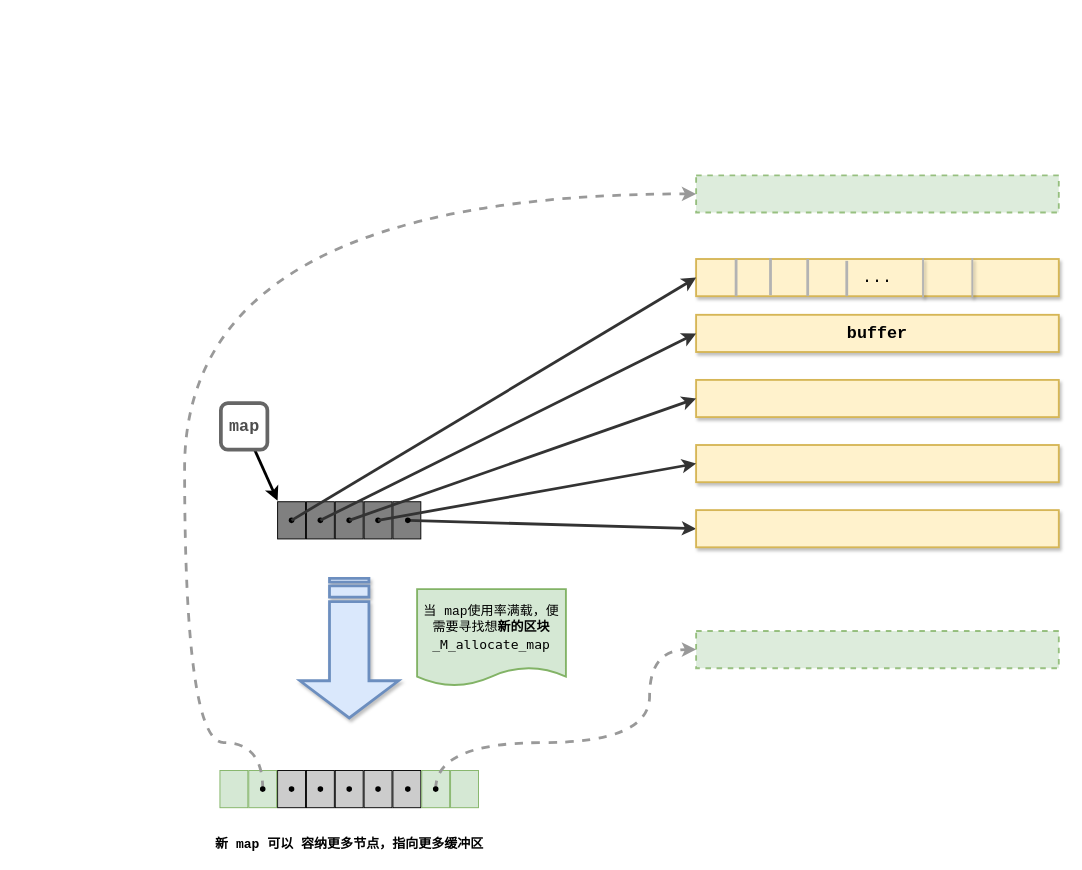
JoyChenNo1/JoyChenNo1.github.io keeps this draw.io diagram as BlogImages/STL/deque-map-node-buffer.drawio. Above is the earlier version. Source tidied: cells renumbered, new cells numbered last; positions are measured from the earlier drawing's top-left corner, leaving out a move shared by most shapes. Both pictures are drawn from the tidied source at 93%, with x=0, y=0 at pixel (184, 175).
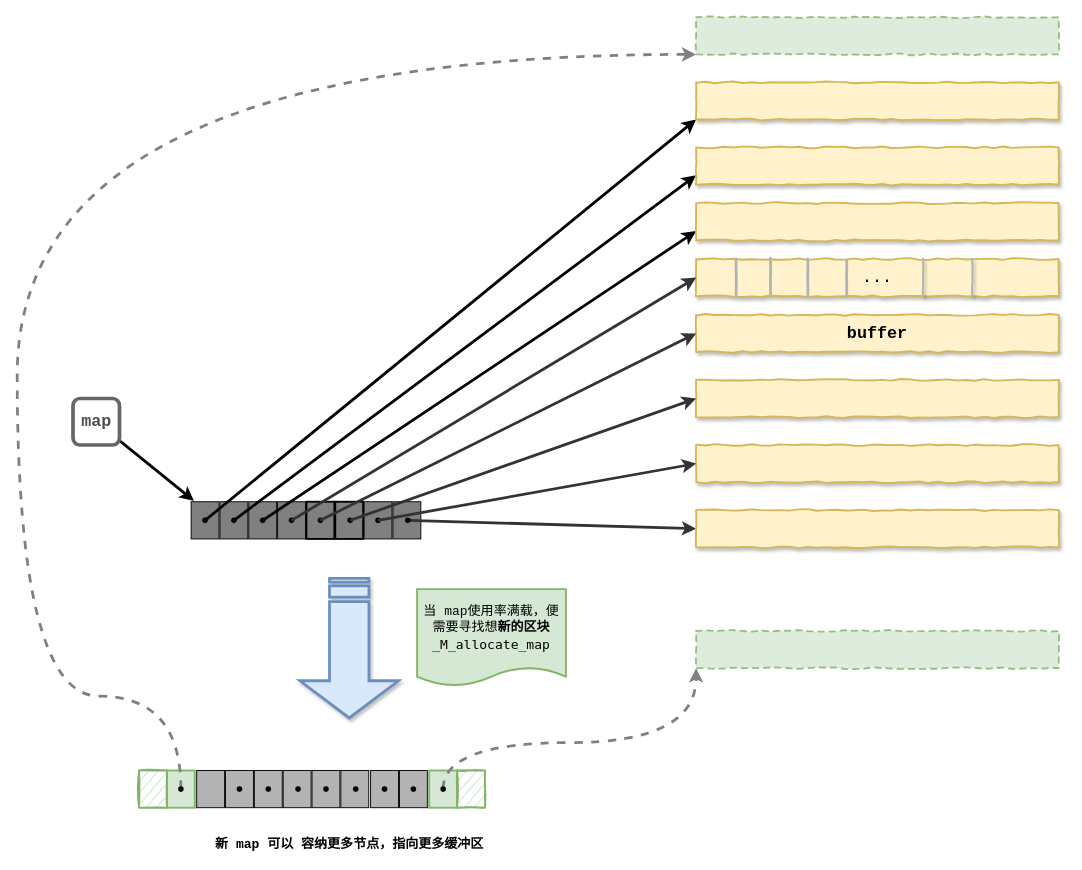
The same page after the edit.

Unchanged cells that the change refers to:
```xml
<mxCell id="5" style="shape=waypoint;sketch=0;fillStyle=solid;size=6;points=[];perimeter=centerPerimeter;snapToPoint=1;rounded=1;comic=0;gradientDirection=north;fillColor=#808080;" parent="1" vertex="1">
  <mxGeometry x="126" y="351" width="40" height="40" as="geometry" />
</mxCell>
```

Change to the diagram source:
```diff
@@
-    <mxCell id="4" style="rounded=0;whiteSpace=wrap;html=1;comic=0;gradientDirection=north;fillColor=#808080;" parent="1" vertex="1">
+    <mxCell id="4" style="rounded=0;whiteSpace=wrap;html=1;comic=0;gradientDirection=north;fillColor=#808080;strokeWidth=2;" parent="1" vertex="1">
       <mxGeometry x="131" y="351" width="30" height="40" as="geometry" />
     </mxCell>
@@
-    <mxCell id="6" style="rounded=0;whiteSpace=wrap;html=1;comic=0;gradientDirection=north;fillColor=#808080;" parent="1" vertex="1">
+    <mxCell id="6" style="rounded=0;whiteSpace=wrap;html=1;comic=0;gradientDirection=north;fillColor=#808080;strokeWidth=2;" parent="1" vertex="1">
       <mxGeometry x="162" y="351" width="30" height="40" as="geometry" />
     </mxCell>
     <mxCell id="7" style="shape=waypoint;sketch=0;fillStyle=solid;size=6;points=[];perimeter=centerPerimeter;snapToPoint=1;rounded=1;comic=0;gradientDirection=north;fillColor=#808080;" parent="1" vertex="1">
-      <mxGeometry x="157" y="351" width="40" height="40" as="geometry" />
+      <mxGeometry x="158" y="351" width="40" height="40" as="geometry" />
     </mxCell>
@@
-    <mxCell id="13" value="&lt;b&gt;&lt;font face=&quot;Courier New&quot; style=&quot;font-size: 18px&quot;&gt;buffer&lt;/font&gt;&lt;/b&gt;" style="rounded=0;whiteSpace=wrap;html=1;comic=0;strokeWidth=2;fillColor=#fff2cc;strokeColor=#d6b656;shadow=1;" parent="1" vertex="1">
+    <mxCell id="13" value="&lt;b&gt;&lt;font face=&quot;Courier New&quot; style=&quot;font-size: 18px&quot;&gt;buffer&lt;/font&gt;&lt;/b&gt;" style="rounded=0;whiteSpace=wrap;html=1;comic=1;strokeWidth=2;fillColor=#fff2cc;strokeColor=#d6b656;shadow=1;jiggle=2;" parent="1" vertex="1">
       <mxGeometry x="550" y="150" width="390" height="40" as="geometry" />
     </mxCell>
-    <mxCell id="14" style="rounded=0;whiteSpace=wrap;html=1;comic=0;strokeWidth=2;fillColor=#fff2cc;strokeColor=#d6b656;shadow=1;" parent="1" vertex="1">
+    <mxCell id="14" style="rounded=0;whiteSpace=wrap;html=1;comic=1;strokeWidth=2;fillColor=#fff2cc;strokeColor=#d6b656;shadow=1;jiggle=2;" parent="1" vertex="1">
       <mxGeometry x="550" y="290" width="390" height="40" as="geometry" />
     </mxCell>
-    <mxCell id="15" style="rounded=0;whiteSpace=wrap;html=1;comic=0;strokeWidth=2;fillColor=#fff2cc;strokeColor=#d6b656;shadow=1;" parent="1" vertex="1">
+    <mxCell id="15" style="rounded=0;whiteSpace=wrap;html=1;comic=1;strokeWidth=2;fillColor=#fff2cc;strokeColor=#d6b656;shadow=1;jiggle=2;" parent="1" vertex="1">
       <mxGeometry x="550" y="220" width="390" height="40" as="geometry" />
     </mxCell>
-    <mxCell id="16" value="&lt;font face=&quot;Courier New&quot; style=&quot;font-size: 18px&quot;&gt;...&lt;/font&gt;" style="rounded=0;whiteSpace=wrap;html=1;comic=0;strokeWidth=2;fillColor=#fff2cc;strokeColor=#d6b656;shadow=1;" parent="1" vertex="1">
+    <mxCell id="16" value="&lt;font face=&quot;Courier New&quot; style=&quot;font-size: 18px&quot;&gt;...&lt;/font&gt;" style="rounded=0;whiteSpace=wrap;html=1;comic=1;strokeWidth=2;fillColor=#fff2cc;strokeColor=#d6b656;shadow=1;jiggle=2;" parent="1" vertex="1">
       <mxGeometry x="550" y="90" width="390" height="40" as="geometry" />
     </mxCell>
-    <mxCell id="17" style="rounded=0;whiteSpace=wrap;html=1;comic=0;strokeWidth=2;fillColor=#fff2cc;strokeColor=#d6b656;shadow=1;" parent="1" vertex="1">
+    <mxCell id="17" style="rounded=0;whiteSpace=wrap;html=1;comic=1;strokeWidth=2;fillColor=#fff2cc;strokeColor=#d6b656;shadow=1;jiggle=2;" parent="1" vertex="1">
       <mxGeometry x="550" y="360" width="390" height="40" as="geometry" />
     </mxCell>
@@
-    <mxCell id="20" style="edgeStyle=none;rounded=0;jettySize=auto;html=1;entryX=0;entryY=0.5;entryDx=0;entryDy=0;strokeColor=#333333;strokeWidth=3;" parent="1" edge="1" source="5">
-      <mxGeometry relative="1" as="geometry">
-        <mxPoint x="550" y="170" as="targetPoint" />
-      </mxGeometry>
-    </mxCell>
@@
-    <mxCell id="22" style="endArrow=none;html=1;strokeWidth=3;strokeColor=#B3B3B3;" parent="1" edge="1">
+    <mxCell id="22" style="endArrow=none;html=1;strokeWidth=3;strokeColor=#B3B3B3;comic=1;jiggle=2;" parent="1" edge="1">
       <mxGeometry relative="1" as="geometry">
         <mxPoint x="593" y="130" as="sourcePoint" />
         <mxPoint x="593" y="90" as="targetPoint" />
       </mxGeometry>
     </mxCell>
-    <mxCell id="23" style="endArrow=none;html=1;strokeWidth=3;strokeColor=#B3B3B3;" parent="1" edge="1">
+    <mxCell id="23" style="endArrow=none;html=1;strokeWidth=3;strokeColor=#B3B3B3;comic=1;jiggle=2;" parent="1" edge="1">
       <mxGeometry relative="1" as="geometry">
         <mxPoint x="630" y="129" as="sourcePoint" />
         <mxPoint x="630" y="89" as="targetPoint" />
       </mxGeometry>
     </mxCell>
-    <mxCell id="24" style="endArrow=none;html=1;strokeWidth=3;strokeColor=#B3B3B3;" parent="1" edge="1">
+    <mxCell id="24" style="endArrow=none;html=1;strokeWidth=3;strokeColor=#B3B3B3;comic=1;jiggle=2;" parent="1" edge="1">
       <mxGeometry relative="1" as="geometry">
         <mxPoint x="670" y="130" as="sourcePoint" />
         <mxPoint x="670" y="90" as="targetPoint" />
       </mxGeometry>
     </mxCell>
-    <mxCell id="25" style="endArrow=none;html=1;strokeWidth=3;strokeColor=#B3B3B3;" parent="1" edge="1">
+    <mxCell id="25" style="endArrow=none;html=1;strokeWidth=3;strokeColor=#B3B3B3;comic=1;jiggle=2;" parent="1" edge="1">
       <mxGeometry relative="1" as="geometry">
         <mxPoint x="712" y="130" as="sourcePoint" />
         <mxPoint x="712" y="92" as="targetPoint" />
       </mxGeometry>
     </mxCell>
     <mxCell id="26" style="rounded=0;jettySize=auto;html=1;strokeWidth=3;" parent="1" edge="1" source="27">
       <mxGeometry relative="1" as="geometry">
-        <mxPoint x="100" y="350" as="targetPoint" />
+        <mxPoint x="10" y="350" as="targetPoint" />
       </mxGeometry>
     </mxCell>
     <mxCell id="27" value="&lt;font face=&quot;Courier New&quot; style=&quot;font-size: 18px&quot;&gt;&lt;b&gt;&lt;font color=&quot;#4d4d4d&quot;&gt;&lt;br&gt;map&lt;br&gt;&lt;/font&gt;&lt;br&gt;&lt;/b&gt;&lt;/font&gt;" style="text;html=1;align=center;verticalAlign=middle;points=[];rounded=1;strokeColor=#666666;strokeWidth=4;" parent="1" vertex="1">
-      <mxGeometry x="39" y="245" width="50" height="50" as="geometry" />
+      <mxGeometry x="-120" y="240" width="50" height="50" as="geometry" />
     </mxCell>
@@
-    <mxCell id="29" style="shape=partialRectangle;whiteSpace=wrap;html=1;top=0;bottom=0;fillColor=none;rounded=1;shadow=1;comic=0;strokeWidth=2;strokeColor=#B3B3B3;" parent="1" vertex="1">
+    <mxCell id="29" style="shape=partialRectangle;whiteSpace=wrap;html=1;top=0;bottom=0;fillColor=none;rounded=1;shadow=1;comic=1;strokeWidth=2;strokeColor=#B3B3B3;jiggle=2;" parent="1" vertex="1">
       <mxGeometry x="794" y="90" width="53" height="40" as="geometry" />
     </mxCell>
@@
-    <mxCell id="31" style="rounded=0;whiteSpace=wrap;html=1;comic=0;gradientDirection=north;fillColor=#CCCCCC;" parent="1" vertex="1">
-      <mxGeometry x="100" y="640" width="30" height="40" as="geometry" />
+    <mxCell id="31" style="rounded=0;whiteSpace=wrap;html=1;comic=0;gradientDirection=north;fillColor=#B3B3B3;" parent="1" vertex="1">
+      <mxGeometry x="44" y="640" width="30" height="40" as="geometry" />
     </mxCell>
-    <mxCell id="32" style="shape=waypoint;sketch=0;fillStyle=solid;size=6;perimeter=centerPerimeter;rounded=1;comic=0;fillColor=#B3B3B3;gradientDirection=north;" parent="1" vertex="1">
-      <mxGeometry x="95" y="640" width="40" height="40" as="geometry" />
+    <mxCell id="32" style="shape=waypoint;sketch=0;fillStyle=solid;size=6;perimeter=centerPerimeter;rounded=1;comic=0;gradientDirection=north;fillColor=#B3B3B3;" parent="1" vertex="1">
+      <mxGeometry x="39" y="640" width="40" height="40" as="geometry" />
     </mxCell>
-    <mxCell id="33" style="rounded=0;whiteSpace=wrap;html=1;comic=0;gradientDirection=north;fillColor=#CCCCCC;" parent="1" vertex="1">
-      <mxGeometry x="131" y="640" width="30" height="40" as="geometry" />
+    <mxCell id="33" style="rounded=0;whiteSpace=wrap;html=1;comic=0;gradientDirection=north;fillColor=#B3B3B3;" parent="1" vertex="1">
+      <mxGeometry x="75" y="640" width="30" height="40" as="geometry" />
     </mxCell>
-    <mxCell id="34" style="shape=waypoint;sketch=0;fillStyle=solid;size=6;perimeter=centerPerimeter;rounded=1;comic=0;gradientDirection=north;fillColor=#CCCCCC;" parent="1" vertex="1">
-      <mxGeometry x="126" y="640" width="40" height="40" as="geometry" />
+    <mxCell id="34" style="shape=waypoint;sketch=0;fillStyle=solid;size=6;perimeter=centerPerimeter;rounded=1;comic=0;gradientDirection=north;fillColor=#B3B3B3;" parent="1" vertex="1">
+      <mxGeometry x="70" y="640" width="40" height="40" as="geometry" />
     </mxCell>
-    <mxCell id="35" style="rounded=0;whiteSpace=wrap;html=1;comic=0;gradientDirection=north;fillColor=#CCCCCC;" parent="1" vertex="1">
-      <mxGeometry x="162" y="640" width="30" height="40" as="geometry" />
+    <mxCell id="35" style="rounded=0;whiteSpace=wrap;html=1;comic=0;gradientDirection=north;fillColor=#B3B3B3;" parent="1" vertex="1">
+      <mxGeometry x="106" y="640" width="30" height="40" as="geometry" />
     </mxCell>
-    <mxCell id="36" style="shape=waypoint;sketch=0;fillStyle=solid;size=6;perimeter=centerPerimeter;rounded=1;comic=0;gradientDirection=north;fillColor=#CCCCCC;" parent="1" vertex="1">
-      <mxGeometry x="157" y="640" width="40" height="40" as="geometry" />
+    <mxCell id="36" style="shape=waypoint;sketch=0;fillStyle=solid;size=6;perimeter=centerPerimeter;rounded=1;comic=0;gradientDirection=north;fillColor=#B3B3B3;" parent="1" vertex="1">
+      <mxGeometry x="128" y="650" width="40" height="40" as="geometry" />
     </mxCell>
-    <mxCell id="37" style="rounded=0;whiteSpace=wrap;html=1;comic=0;gradientDirection=north;fillColor=#CCCCCC;" parent="1" vertex="1">
-      <mxGeometry x="193" y="640" width="30" height="40" as="geometry" />
+    <mxCell id="37" style="rounded=0;whiteSpace=wrap;html=1;comic=0;gradientDirection=north;fillColor=#B3B3B3;" parent="1" vertex="1">
+      <mxGeometry x="137" y="640" width="30" height="40" as="geometry" />
     </mxCell>
-    <mxCell id="38" style="shape=waypoint;sketch=0;fillStyle=solid;size=6;perimeter=centerPerimeter;rounded=1;comic=0;gradientDirection=north;fillColor=#CCCCCC;" parent="1" vertex="1">
-      <mxGeometry x="188" y="640" width="40" height="40" as="geometry" />
+    <mxCell id="38" style="shape=waypoint;sketch=0;fillStyle=solid;size=6;perimeter=centerPerimeter;rounded=1;comic=0;gradientDirection=north;fillColor=#B3B3B3;" parent="1" vertex="1">
+      <mxGeometry x="132" y="640" width="40" height="40" as="geometry" />
     </mxCell>
-    <mxCell id="39" style="rounded=0;whiteSpace=wrap;html=1;comic=0;gradientDirection=north;fillColor=#CCCCCC;" parent="1" vertex="1">
-      <mxGeometry x="224" y="640" width="30" height="40" as="geometry" />
+    <mxCell id="39" style="rounded=0;whiteSpace=wrap;html=1;comic=0;gradientDirection=north;fillColor=#B3B3B3;" parent="1" vertex="1">
+      <mxGeometry x="168" y="640" width="30" height="40" as="geometry" />
     </mxCell>
-    <mxCell id="40" style="rounded=0;whiteSpace=wrap;html=1;comic=0;gradientDirection=north;fillColor=#d5e8d4;strokeColor=#82b366;" parent="1" vertex="1">
-      <mxGeometry x="255" y="640" width="30" height="40" as="geometry" />
+    <mxCell id="40" style="rounded=0;whiteSpace=wrap;html=1;comic=0;gradientDirection=north;fillColor=#B3B3B3;" parent="1" vertex="1">
+      <mxGeometry x="200" y="640" width="30" height="40" as="geometry" />
     </mxCell>
-    <mxCell id="41" style="rounded=0;whiteSpace=wrap;html=1;comic=0;gradientDirection=north;fillColor=#d5e8d4;strokeColor=#82b366;" parent="1" vertex="1">
-      <mxGeometry x="286" y="640" width="30" height="40" as="geometry" />
+    <mxCell id="41" style="rounded=0;whiteSpace=wrap;html=1;comic=0;gradientDirection=north;fillColor=#B3B3B3;" parent="1" vertex="1">
+      <mxGeometry x="231" y="640" width="30" height="40" as="geometry" />
     </mxCell>
-    <mxCell id="42" style="rounded=0;whiteSpace=wrap;html=1;comic=0;gradientDirection=north;fillColor=#d5e8d4;strokeColor=#82b366;" parent="1" vertex="1">
-      <mxGeometry x="38" y="640" width="30" height="40" as="geometry" />
+    <mxCell id="42" style="rounded=0;whiteSpace=wrap;html=1;comic=0;gradientDirection=north;fillColor=#d5e8d4;strokeColor=#82b366;strokeWidth=2;" parent="1" vertex="1">
+      <mxGeometry x="-19" y="640" width="30" height="40" as="geometry" />
     </mxCell>
-    <mxCell id="43" style="rounded=0;whiteSpace=wrap;html=1;comic=0;gradientDirection=north;fillColor=#d5e8d4;strokeColor=#82b366;" parent="1" vertex="1">
-      <mxGeometry x="69" y="640" width="30" height="40" as="geometry" />
+    <mxCell id="43" style="rounded=0;whiteSpace=wrap;html=1;comic=0;gradientDirection=north;fillColor=#B3B3B3;" parent="1" vertex="1">
+      <mxGeometry x="13" y="640" width="30" height="40" as="geometry" />
     </mxCell>
-    <mxCell id="44" style="edgeStyle=orthogonalEdgeStyle;rounded=0;jettySize=auto;html=1;entryX=0;entryY=0.5;entryDx=0;entryDy=0;strokeWidth=3;curved=1;fillColor=#d5e8d4;dashed=1;strokeColor=#999999;" parent="1" edge="1" source="45" target="48">
-      <mxGeometry relative="1" as="geometry">
-        <Array as="points">
-          <mxPoint x="270" y="610" />
-          <mxPoint x="500" y="610" />
-          <mxPoint x="500" y="510" />
-        </Array>
-      </mxGeometry>
-    </mxCell>
-    <mxCell id="45" style="shape=waypoint;sketch=0;fillStyle=solid;size=6;points=[];perimeter=centerPerimeter;snapToPoint=1;rounded=1;comic=0;fillColor=#B3B3B3;gradientDirection=north;" parent="1" vertex="1">
-      <mxGeometry x="250" y="640" width="40" height="40" as="geometry" />
+    <mxCell id="45" style="shape=waypoint;sketch=0;fillStyle=solid;size=6;points=[];perimeter=centerPerimeter;snapToPoint=1;rounded=1;comic=0;gradientDirection=north;fillColor=#B3B3B3;" parent="1" vertex="1">
+      <mxGeometry x="195" y="640" width="40" height="40" as="geometry" />
     </mxCell>
-    <mxCell id="46" style="edgeStyle=orthogonalEdgeStyle;rounded=0;jettySize=auto;html=1;entryX=0;entryY=0.5;entryDx=0;entryDy=0;strokeWidth=3;curved=1;fillColor=#d5e8d4;dashed=1;strokeColor=#999999;" parent="1" edge="1" source="47" target="49">
+    <mxCell id="46" style="edgeStyle=orthogonalEdgeStyle;rounded=0;comic=0;jiggle=2;jettySize=auto;html=1;entryX=0;entryY=1;entryDx=0;entryDy=0;fontFamily=Courier New;fontSize=18;fontColor=#808080;strokeWidth=3;curved=1;dashed=1;strokeColor=#808080;exitX=0.512;exitY=1.05;exitDx=0;exitDy=0;exitPerimeter=0;" parent="1" edge="1" source="47" target="49">
       <mxGeometry relative="1" as="geometry">
         <Array as="points">
-          <mxPoint x="84" y="610" />
-          <mxPoint y="610" />
-          <mxPoint y="20" />
+          <mxPoint x="-4" y="560" />
+          <mxPoint x="-180" y="560" />
+          <mxPoint x="-180" y="-130" />
         </Array>
       </mxGeometry>
     </mxCell>
-    <mxCell id="47" style="shape=waypoint;sketch=0;fillStyle=solid;size=6;points=[];perimeter=centerPerimeter;snapToPoint=1;rounded=1;comic=0;fillColor=#B3B3B3;gradientDirection=north;" parent="1" vertex="1">
-      <mxGeometry x="64" y="640" width="40" height="40" as="geometry" />
+    <mxCell id="47" style="shape=waypoint;sketch=0;fillStyle=solid;size=6;points=[];perimeter=centerPerimeter;snapToPoint=1;rounded=1;comic=0;gradientDirection=north;fillColor=#B3B3B3;" parent="1" vertex="1">
+      <mxGeometry x="-24" y="640" width="40" height="40" as="geometry" />
     </mxCell>
-    <mxCell id="48" style="rounded=0;whiteSpace=wrap;html=1;comic=0;strokeWidth=2;fillColor=#d5e8d4;strokeColor=#82b366;shadow=0;opacity=80;dashed=1;" parent="1" vertex="1">
+    <mxCell id="48" style="rounded=0;whiteSpace=wrap;html=1;comic=1;strokeWidth=2;fillColor=#d5e8d4;strokeColor=#82b366;shadow=0;opacity=80;dashed=1;jiggle=2;" parent="1" vertex="1">
       <mxGeometry x="550" y="490" width="390" height="40" as="geometry" />
     </mxCell>
-    <mxCell id="49" style="rounded=0;whiteSpace=wrap;html=1;comic=0;strokeWidth=2;fillColor=#d5e8d4;strokeColor=#82b366;shadow=0;opacity=80;dashed=1;" parent="1" vertex="1">
-      <mxGeometry x="550" width="390" height="40" as="geometry" />
+    <mxCell id="49" style="rounded=0;whiteSpace=wrap;html=1;comic=1;strokeWidth=2;fillColor=#d5e8d4;strokeColor=#82b366;shadow=0;opacity=80;dashed=1;jiggle=2;" parent="1" vertex="1">
+      <mxGeometry x="550" y="-170" width="390" height="40" as="geometry" />
     </mxCell>
@@
     <mxCell id="51" style="shape=waypoint;sketch=0;fillStyle=solid;size=6;perimeter=centerPerimeter;rounded=1;comic=0;gradientDirection=north;fillColor=#B3B3B3;" parent="1" vertex="1">
-      <mxGeometry x="220" y="640" width="40" height="40" as="geometry" />
+      <mxGeometry x="164" y="640" width="40" height="40" as="geometry" />
     </mxCell>
+    <mxCell id="52" style="rounded=0;whiteSpace=wrap;html=1;comic=0;gradientDirection=north;fillColor=#808080;" parent="1" vertex="1">
+      <mxGeometry x="7" y="351" width="30" height="40" as="geometry" />
+    </mxCell>
+    <mxCell id="53" style="shape=waypoint;sketch=0;fillStyle=solid;size=6;points=[];perimeter=centerPerimeter;snapToPoint=1;rounded=1;comic=0;gradientDirection=north;fillColor=#808080;" parent="1" vertex="1">
+      <mxGeometry x="2" y="351" width="40" height="40" as="geometry" />
+    </mxCell>
+    <mxCell id="54" style="rounded=0;whiteSpace=wrap;html=1;comic=0;gradientDirection=north;fillColor=#808080;" parent="1" vertex="1">
+      <mxGeometry x="38" y="351" width="30" height="40" as="geometry" />
+    </mxCell>
+    <mxCell id="55" style="shape=waypoint;sketch=0;fillStyle=solid;size=6;points=[];perimeter=centerPerimeter;snapToPoint=1;rounded=1;comic=0;gradientDirection=north;fillColor=#808080;" parent="1" vertex="1">
+      <mxGeometry x="33" y="351" width="40" height="40" as="geometry" />
+    </mxCell>
+    <mxCell id="56" style="rounded=0;whiteSpace=wrap;html=1;comic=0;gradientDirection=north;fillColor=#808080;" parent="1" vertex="1">
+      <mxGeometry x="69" y="351" width="30" height="40" as="geometry" />
+    </mxCell>
+    <mxCell id="57" style="rounded=0;comic=0;jiggle=2;jettySize=auto;html=1;fontFamily=Courier New;fontSize=18;fontColor=#808080;strokeWidth=3;entryX=0;entryY=0.75;entryDx=0;entryDy=0;" parent="1" edge="1" source="59" target="63">
+      <mxGeometry relative="1" as="geometry" />
+    </mxCell>
+    <mxCell id="58" style="edgeStyle=none;rounded=0;comic=0;jiggle=2;jettySize=auto;html=1;fontFamily=Courier New;fontSize=18;fontColor=#808080;strokeColor=#000000;strokeWidth=3;entryX=0;entryY=0.75;entryDx=0;entryDy=0;" parent="1" edge="1" source="55" target="61">
+      <mxGeometry relative="1" as="geometry" />
+    </mxCell>
+    <mxCell id="59" style="shape=waypoint;sketch=0;fillStyle=solid;size=6;points=[];perimeter=centerPerimeter;snapToPoint=1;rounded=1;comic=0;gradientDirection=north;fillColor=#808080;" parent="1" vertex="1">
+      <mxGeometry x="64" y="351" width="40" height="40" as="geometry" />
+    </mxCell>
+    <mxCell id="60" style="edgeStyle=none;rounded=0;comic=0;jiggle=2;jettySize=auto;html=1;fontFamily=Courier New;fontSize=18;fontColor=#808080;strokeColor=#000000;strokeWidth=3;entryX=0;entryY=1;entryDx=0;entryDy=0;" parent="1" edge="1" source="53" target="62">
+      <mxGeometry relative="1" as="geometry" />
+    </mxCell>
+    <mxCell id="61" style="rounded=0;whiteSpace=wrap;html=1;comic=1;strokeWidth=2;fillColor=#fff2cc;strokeColor=#d6b656;shadow=1;jiggle=2;" parent="1" vertex="1">
+      <mxGeometry x="550" y="-30" width="390" height="40" as="geometry" />
+    </mxCell>
+    <mxCell id="62" style="rounded=0;whiteSpace=wrap;html=1;comic=1;strokeWidth=2;fillColor=#fff2cc;strokeColor=#d6b656;shadow=1;jiggle=2;" parent="1" vertex="1">
+      <mxGeometry x="550" y="-100" width="390" height="40" as="geometry" />
+    </mxCell>
+    <mxCell id="63" style="rounded=0;whiteSpace=wrap;html=1;comic=1;strokeWidth=2;fillColor=#fff2cc;strokeColor=#d6b656;shadow=1;jiggle=2;" parent="1" vertex="1">
+      <mxGeometry x="550" y="30" width="390" height="40" as="geometry" />
+    </mxCell>
+    <mxCell id="64" style="rounded=0;whiteSpace=wrap;html=1;comic=0;gradientDirection=north;fillColor=#d5e8d4;strokeColor=#82b366;strokeWidth=2;" parent="1" vertex="1">
+      <mxGeometry x="263" y="640" width="30" height="40" as="geometry" />
+    </mxCell>
+    <mxCell id="65" style="shape=waypoint;sketch=0;fillStyle=solid;size=6;perimeter=centerPerimeter;rounded=1;comic=0;gradientDirection=north;fillColor=#B3B3B3;" parent="1" vertex="1">
+      <mxGeometry x="226" y="640" width="40" height="40" as="geometry" />
+    </mxCell>
+    <mxCell id="66" style="shape=waypoint;sketch=0;fillStyle=solid;size=6;perimeter=centerPerimeter;rounded=1;comic=0;gradientDirection=north;fillColor=#B3B3B3;" parent="1" vertex="1">
+      <mxGeometry x="102" y="640" width="40" height="40" as="geometry" />
+    </mxCell>
+    <mxCell id="67" style="rounded=0;whiteSpace=wrap;html=1;comic=0;gradientDirection=north;fillColor=#d5e8d4;strokeColor=#82b366;strokeWidth=2;sketch=1;" parent="1" vertex="1">
+      <mxGeometry x="-49" y="640" width="30" height="40" as="geometry" />
+    </mxCell>
+    <mxCell id="68" style="rounded=0;whiteSpace=wrap;html=1;comic=0;gradientDirection=north;fillColor=#d5e8d4;strokeColor=#82b366;strokeWidth=2;sketch=1;" parent="1" vertex="1">
+      <mxGeometry x="293" y="640" width="30" height="40" as="geometry" />
+    </mxCell>
+    <mxCell id="20" style="edgeStyle=none;rounded=0;jettySize=auto;html=1;entryX=0;entryY=0.5;entryDx=0;entryDy=0;strokeColor=#333333;strokeWidth=3;exitX=0.575;exitY=0.55;exitDx=0;exitDy=0;exitPerimeter=0;" parent="1" edge="1" source="5">
+      <mxGeometry relative="1" as="geometry">
+        <mxPoint x="550" y="170" as="targetPoint" />
+      </mxGeometry>
+    </mxCell>
+    <mxCell id="69" style="edgeStyle=orthogonalEdgeStyle;curved=1;rounded=0;comic=0;jiggle=2;jettySize=auto;html=1;entryX=0;entryY=1;entryDx=0;entryDy=0;dashed=1;fontFamily=Courier New;fontSize=18;fontColor=#808080;strokeColor=#808080;strokeWidth=3;" parent="1" edge="1" source="70" target="48">
+      <mxGeometry relative="1" as="geometry">
+        <Array as="points">
+          <mxPoint x="278" y="610" />
+          <mxPoint x="550" y="610" />
+        </Array>
+      </mxGeometry>
+    </mxCell>
+    <mxCell id="70" style="shape=waypoint;sketch=0;fillStyle=solid;size=6;points=[];perimeter=centerPerimeter;snapToPoint=1;rounded=1;comic=0;gradientDirection=north;fillColor=#B3B3B3;" parent="1" vertex="1">
+      <mxGeometry x="258" y="640" width="40" height="40" as="geometry" />
+    </mxCell>
```
